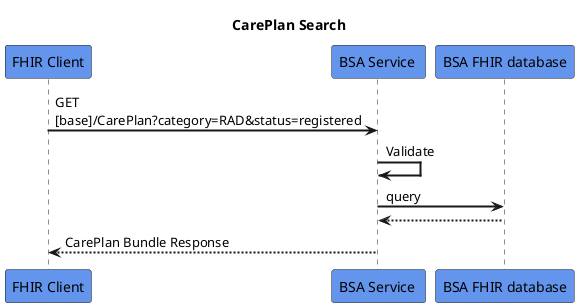
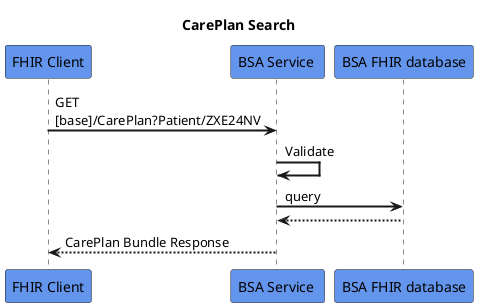
@startuml
skinparam sequenceArrowThickness 2
skinparam roundcorner 5
skinparam maxmessagesize 180
skinparam sequenceParticipant bold
title  CarePlan Search
participant "FHIR Client" as A #CornflowerBlue
participant "BSA Service " as B #CornflowerBlue
participant "BSA FHIR database" as C #CornflowerBlue

- A -> B: GET [base]/CarePlan?category=RAD&status=registered
+ A -> B: GET [base]/CarePlan?Patient/ZXE24NV
B -> B: Validate
B -> C: query
C -[dashed]-> B:

B -[dashed]-> A: CarePlan Bundle Response

@enduml
